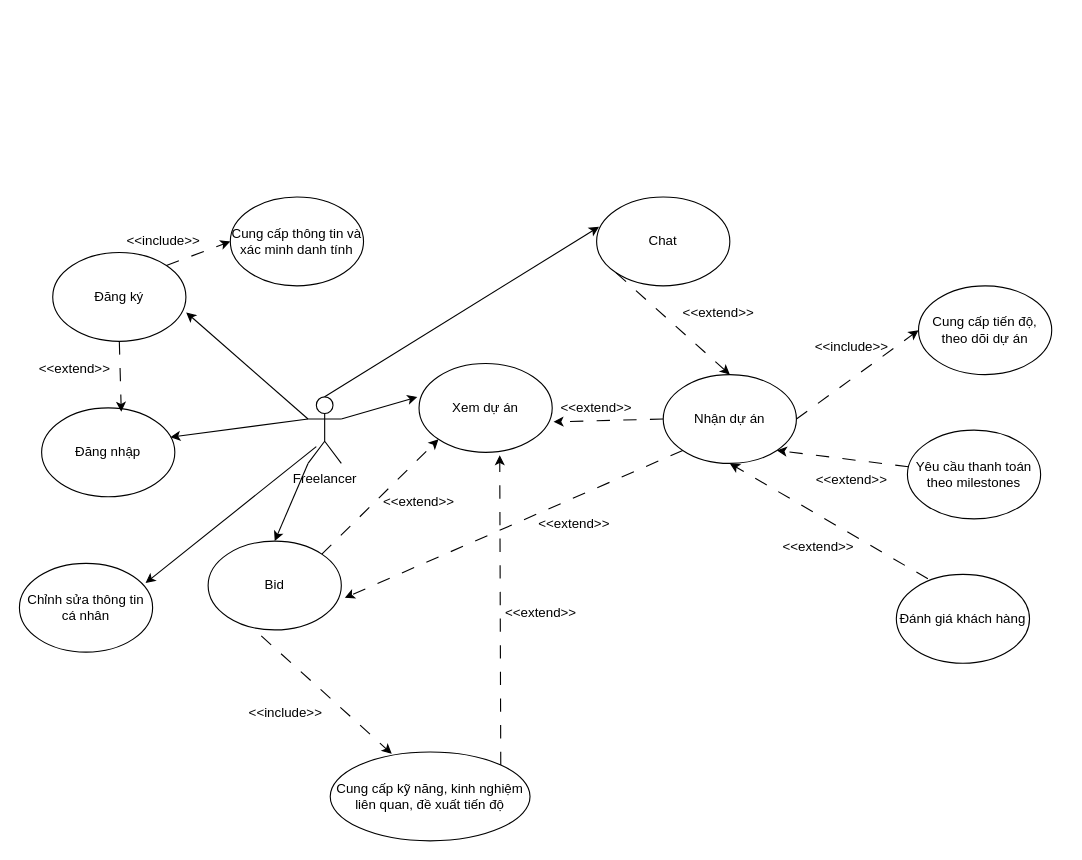
Earlier version of the draw.io diagram FreelancerUseCase.drawio (hype1524/FreelanceChain). Source tidied: cells renumbered, new cells numbered last; positions are measured from the earlier drawing's top-left corner, leaving out a move shared by most shapes. Both pictures are drawn from the tidied source at 111%, with x=0, y=0 at pixel (19, 196).
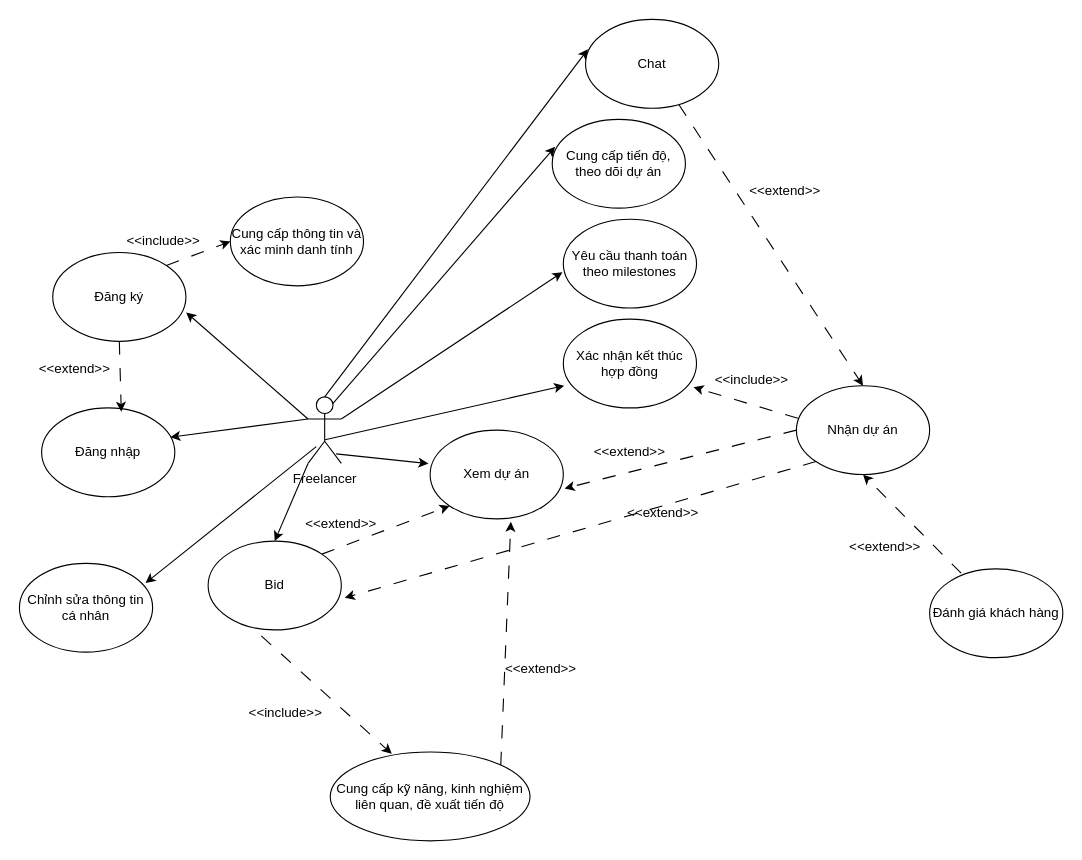
Above is the later version.

The change refers to these unchanged cells:
```xml
<mxCell id="2" value="Freelancer" style="shape=umlActor;verticalLabelPosition=bottom;verticalAlign=top;html=1;" parent="1" vertex="1">
  <mxGeometry x="260" y="180" width="30" height="60" as="geometry" />
</mxCell>
```

Diff of the diagram source:
```diff
@@
     <mxCell id="9" value="Chat" style="ellipse;whiteSpace=wrap;html=1;" parent="1" vertex="1">
-      <mxGeometry x="520" width="120" height="80" as="geometry" />
+      <mxGeometry x="510" y="-160" width="120" height="80" as="geometry" />
     </mxCell>
     <mxCell id="10" value="Cung cấp tiến độ, theo dõi dự án" style="ellipse;whiteSpace=wrap;html=1;" parent="1" vertex="1">
-      <mxGeometry x="810" y="80" width="120" height="80" as="geometry" />
+      <mxGeometry x="480" y="-70" width="120" height="80" as="geometry" />
     </mxCell>
     <mxCell id="11" value="Yêu cầu thanh toán theo milestones" style="ellipse;whiteSpace=wrap;html=1;" parent="1" vertex="1">
-      <mxGeometry x="800" y="210" width="120" height="80" as="geometry" />
+      <mxGeometry x="490" y="20" width="120" height="80" as="geometry" />
     </mxCell>
     <mxCell id="12" value="Đánh giá khách hàng" style="ellipse;whiteSpace=wrap;html=1;" parent="1" vertex="1">
-      <mxGeometry x="790" y="340" width="120" height="80" as="geometry" />
+      <mxGeometry x="820" y="335" width="120" height="80" as="geometry" />
     </mxCell>
@@
     <mxCell id="18" value="Nhận dự án" style="ellipse;whiteSpace=wrap;html=1;" parent="1" vertex="1">
-      <mxGeometry x="580" y="160" width="120" height="80" as="geometry" />
+      <mxGeometry x="700" y="170" width="120" height="80" as="geometry" />
     </mxCell>
@@
-    <mxCell id="20" style="endArrow=classic;html=1;rounded=0;dashed=1;dashPattern=12 12;exitX=0;exitY=1;exitDx=0;exitDy=0;entryX=0.5;entryY=0;entryDx=0;entryDy=0;" parent="1" edge="1" source="9" target="18">
+    <mxCell id="20" style="endArrow=classic;html=1;rounded=0;dashed=1;dashPattern=12 12;entryX=0.5;entryY=0;entryDx=0;entryDy=0;" parent="1" edge="1" source="9" target="18">
       <mxGeometry relative="1" as="geometry" />
     </mxCell>
-    <mxCell id="21" style="endArrow=classic;html=1;rounded=0;exitX=1;exitY=0.5;exitDx=0;exitDy=0;dashed=1;dashPattern=12 12;entryX=0;entryY=0.5;entryDx=0;entryDy=0;" parent="1" edge="1" source="18" target="10">
-      <mxGeometry relative="1" as="geometry" />
-    </mxCell>
-    <mxCell id="22" style="endArrow=classic;html=1;rounded=0;entryX=1;entryY=1;entryDx=0;entryDy=0;dashed=1;dashPattern=12 12;" parent="1" edge="1" source="11" target="18">
+    <mxCell id="22" style="endArrow=classic;html=1;rounded=0;exitX=1;exitY=0.3333333333333333;exitDx=0;exitDy=0;exitPerimeter=0;entryX=-0.006;entryY=0.596;entryDx=0;entryDy=0;entryPerimeter=0;" parent="1" edge="1" source="2" target="11">
       <mxGeometry relative="1" as="geometry" />
     </mxCell>
@@
     <mxCell id="27" value="&amp;lt;&amp;lt;extend&amp;gt;&amp;gt;" style="text;html=1;align=center;verticalAlign=middle;whiteSpace=wrap;rounded=0;" parent="1" vertex="1">
-      <mxGeometry x="690" y="300" width="60" height="30" as="geometry" />
+      <mxGeometry x="750" y="300" width="60" height="30" as="geometry" />
     </mxCell>
@@
     <mxCell id="29" value="&amp;lt;&amp;lt;extend&amp;gt;&amp;gt;" style="text;html=1;align=center;verticalAlign=middle;whiteSpace=wrap;rounded=0;" parent="1" vertex="1">
-      <mxGeometry x="600" y="90" width="60" height="30" as="geometry" />
+      <mxGeometry x="660" y="-20" width="60" height="30" as="geometry" />
     </mxCell>
@@
-    <mxCell id="31" value="&amp;lt;&amp;lt;include&amp;gt;&amp;gt;" style="text;html=1;align=center;verticalAlign=middle;whiteSpace=wrap;rounded=0;" parent="1" vertex="1">
-      <mxGeometry x="720" y="120" width="60" height="30" as="geometry" />
-    </mxCell>
@@
-    <mxCell id="33" value="&amp;lt;&amp;lt;extend&amp;gt;&amp;gt;" style="text;html=1;align=center;verticalAlign=middle;whiteSpace=wrap;rounded=0;" parent="1" vertex="1">
-      <mxGeometry x="720" y="240" width="60" height="30" as="geometry" />
-    </mxCell>
     <mxCell id="34" value="Xem dự án" style="ellipse;whiteSpace=wrap;html=1;" parent="1" vertex="1">
-      <mxGeometry x="360" y="150" width="120" height="80" as="geometry" />
+      <mxGeometry x="370" y="210" width="120" height="80" as="geometry" />
     </mxCell>
@@
     <mxCell id="36" value="&amp;lt;&amp;lt;extend&amp;gt;&amp;gt;" style="text;html=1;align=center;verticalAlign=middle;whiteSpace=wrap;rounded=0;" parent="1" vertex="1">
-      <mxGeometry x="330" y="260" width="60" height="30" as="geometry" />
+      <mxGeometry x="260" y="280" width="60" height="30" as="geometry" />
     </mxCell>
     <mxCell id="37" value="&amp;lt;&amp;lt;extend&amp;gt;&amp;gt;" style="text;html=1;align=center;verticalAlign=middle;whiteSpace=wrap;rounded=0;" parent="1" vertex="1">
-      <mxGeometry x="440" y="360" width="60" height="30" as="geometry" />
+      <mxGeometry x="440" y="410" width="60" height="30" as="geometry" />
     </mxCell>
@@
     <mxCell id="40" value="&amp;lt;&amp;lt;extend&amp;gt;&amp;gt;" style="text;html=1;align=center;verticalAlign=middle;whiteSpace=wrap;rounded=0;" parent="1" vertex="1">
-      <mxGeometry x="490" y="170" width="60" height="40" as="geometry" />
+      <mxGeometry x="520" y="210" width="60" height="40" as="geometry" />
     </mxCell>
-    <mxCell id="41" style="endArrow=classic;html=1;rounded=0;exitX=1;exitY=0.3333333333333333;exitDx=0;exitDy=0;exitPerimeter=0;entryX=-0.013;entryY=0.377;entryDx=0;entryDy=0;entryPerimeter=0;" parent="1" edge="1" source="2" target="34">
+    <mxCell id="41" style="endArrow=classic;html=1;rounded=0;entryX=-0.013;entryY=0.377;entryDx=0;entryDy=0;entryPerimeter=0;exitX=0.844;exitY=0.856;exitDx=0;exitDy=0;exitPerimeter=0;" parent="1" edge="1" source="2" target="34">
       <mxGeometry relative="1" as="geometry" />
     </mxCell>
@@
     <mxCell id="43" value="&amp;lt;&amp;lt;extend&amp;gt;&amp;gt;" style="text;html=1;align=center;verticalAlign=middle;whiteSpace=wrap;rounded=0;" parent="1" vertex="1">
-      <mxGeometry x="470" y="280" width="60" height="30" as="geometry" />
+      <mxGeometry x="550" y="270" width="60" height="30" as="geometry" />
     </mxCell>
+    <mxCell id="44" style="endArrow=classic;html=1;rounded=0;exitX=0.75;exitY=0.1;exitDx=0;exitDy=0;exitPerimeter=0;entryX=0.022;entryY=0.308;entryDx=0;entryDy=0;entryPerimeter=0;" parent="1" edge="1" source="2" target="10">
+      <mxGeometry relative="1" as="geometry" />
+    </mxCell>
+    <mxCell id="45" value="Xác nhận kết thúc hợp đồng" style="ellipse;whiteSpace=wrap;html=1;" parent="1" vertex="1">
+      <mxGeometry x="490" y="110" width="120" height="80" as="geometry" />
+    </mxCell>
+    <mxCell id="46" style="endArrow=classic;html=1;rounded=0;exitX=0.511;exitY=0.644;exitDx=0;exitDy=0;exitPerimeter=0;entryX=0.006;entryY=0.75;entryDx=0;entryDy=0;entryPerimeter=0;" parent="1" edge="1" source="2" target="45">
+      <mxGeometry relative="1" as="geometry" />
+    </mxCell>
+    <mxCell id="47" style="endArrow=classic;html=1;rounded=0;exitX=0.011;exitY=0.367;exitDx=0;exitDy=0;exitPerimeter=0;entryX=0.978;entryY=0.767;entryDx=0;entryDy=0;entryPerimeter=0;dashed=1;dashPattern=12 12;" parent="1" edge="1" source="18" target="45">
+      <mxGeometry relative="1" as="geometry" />
+    </mxCell>
+    <mxCell id="31" value="&amp;lt;&amp;lt;include&amp;gt;&amp;gt;" style="text;html=1;align=center;verticalAlign=middle;whiteSpace=wrap;rounded=0;" parent="1" vertex="1">
+      <mxGeometry x="630" y="150" width="60" height="30" as="geometry" />
+    </mxCell>
```
